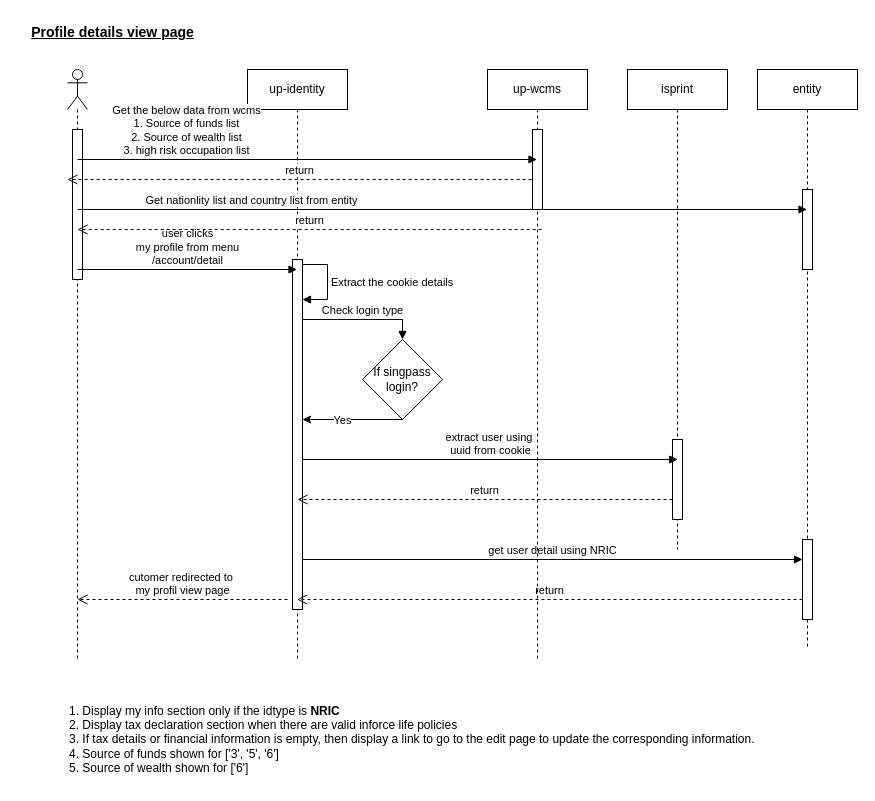
ajeeshraj56/drawio keeps this draw.io diagram as page "My profile view page" (1 of 2) of MyProfile.drawio. Above is the earlier version. Source tidied: cells renumbered, new cells numbered last; positions are measured from the earlier drawing's top-left corner, leaving out a move shared by most shapes. Both pictures are drawn from the tidied source at 100%, with x=0, y=0 at pixel (17, 17).
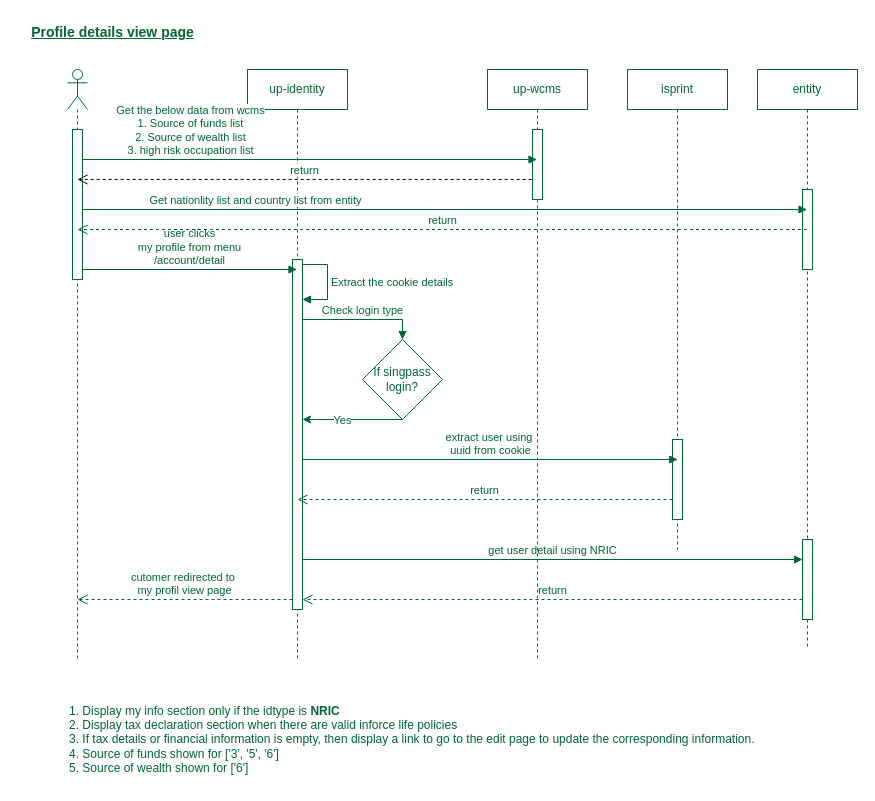
Above is the later version.

Change to the diagram source:
```diff
@@
-    <mxCell id="2" style="shape=umlLifeline;perimeter=lifelinePerimeter;whiteSpace=wrap;html=1;newEdgeStyle={&quot;curved&quot;:0,&quot;rounded&quot;:0};participant=umlActor;" parent="1" vertex="1">
+    <mxCell id="2" style="shape=umlLifeline;perimeter=lifelinePerimeter;whiteSpace=wrap;html=1;newEdgeStyle={&quot;curved&quot;:0,&quot;rounded&quot;:0};participant=umlActor;fontColor=#006633;strokeColor=#006633;" parent="1" vertex="1">
       <mxGeometry x="50" y="52" width="20" height="590" as="geometry" />
     </mxCell>
-    <mxCell id="3" style="html=1;points=[[0,0,0,0,5],[0,1,0,0,-5],[1,0,0,0,5],[1,1,0,0,-5]];perimeter=orthogonalPerimeter;outlineConnect=0;targetShapes=umlLifeline;portConstraint=eastwest;newEdgeStyle={&quot;curved&quot;:0,&quot;rounded&quot;:0};" parent="2" vertex="1">
+    <mxCell id="3" style="html=1;points=[[0,0,0,0,5],[0,1,0,0,-5],[1,0,0,0,5],[1,1,0,0,-5]];perimeter=orthogonalPerimeter;outlineConnect=0;targetShapes=umlLifeline;portConstraint=eastwest;newEdgeStyle={&quot;curved&quot;:0,&quot;rounded&quot;:0};fontColor=#006633;strokeColor=#006633;" parent="2" vertex="1">
       <mxGeometry x="5" y="60" width="10" height="150" as="geometry" />
     </mxCell>
-    <mxCell id="4" value="&lt;font style=&quot;font-size: 14px;&quot;&gt;&lt;b&gt;&lt;u&gt;Profile details view page&lt;/u&gt;&lt;/b&gt;&lt;/font&gt;" style="text;html=1;align=center;verticalAlign=middle;strokeColor=none;fillColor=none;" parent="1" vertex="1">
+    <mxCell id="4" value="&lt;font style=&quot;font-size: 14px;&quot;&gt;&lt;b&gt;&lt;u&gt;Profile details view page&lt;/u&gt;&lt;/b&gt;&lt;/font&gt;" style="text;html=1;align=center;verticalAlign=middle;strokeColor=none;fillColor=none;fontColor=#006633;" parent="1" vertex="1">
       <mxGeometry width="190" height="30" as="geometry" />
     </mxCell>
-    <mxCell id="5" value="up-identity" style="shape=umlLifeline;perimeter=lifelinePerimeter;whiteSpace=wrap;html=1;newEdgeStyle={&quot;curved&quot;:0,&quot;rounded&quot;:0};" parent="1" vertex="1">
+    <mxCell id="5" value="up-identity" style="shape=umlLifeline;perimeter=lifelinePerimeter;whiteSpace=wrap;html=1;newEdgeStyle={&quot;curved&quot;:0,&quot;rounded&quot;:0};fontColor=#006633;strokeColor=#006633;" parent="1" vertex="1">
       <mxGeometry x="230" y="52" width="100" height="590" as="geometry" />
     </mxCell>
-    <mxCell id="6" style="html=1;points=[[0,0,0,0,5],[0,1,0,0,-5],[1,0,0,0,5],[1,1,0,0,-5]];perimeter=orthogonalPerimeter;outlineConnect=0;targetShapes=umlLifeline;portConstraint=eastwest;newEdgeStyle={&quot;curved&quot;:0,&quot;rounded&quot;:0};" parent="5" vertex="1">
+    <mxCell id="6" style="html=1;points=[[0,0,0,0,5],[0,1,0,0,-5],[1,0,0,0,5],[1,1,0,0,-5]];perimeter=orthogonalPerimeter;outlineConnect=0;targetShapes=umlLifeline;portConstraint=eastwest;newEdgeStyle={&quot;curved&quot;:0,&quot;rounded&quot;:0};fontColor=#006633;strokeColor=#006633;" parent="5" vertex="1">
       <mxGeometry x="45" y="190" width="10" height="350" as="geometry" />
     </mxCell>
-    <mxCell id="7" value="entity" style="shape=umlLifeline;perimeter=lifelinePerimeter;whiteSpace=wrap;html=1;outlineConnect=0;portConstraint=eastwest;newEdgeStyle={&quot;curved&quot;:0,&quot;rounded&quot;:0};" parent="1" vertex="1">
+    <mxCell id="7" value="entity" style="shape=umlLifeline;perimeter=lifelinePerimeter;whiteSpace=wrap;html=1;outlineConnect=0;portConstraint=eastwest;newEdgeStyle={&quot;curved&quot;:0,&quot;rounded&quot;:0};fontColor=#006633;strokeColor=#006633;" parent="1" vertex="1">
       <mxGeometry x="740" y="52" width="100" height="580" as="geometry" />
     </mxCell>
-    <mxCell id="8" style="html=1;points=[[0,0,0,0,5],[0,1,0,0,-5],[1,0,0,0,5],[1,1,0,0,-5]];perimeter=orthogonalPerimeter;outlineConnect=0;targetShapes=umlLifeline;portConstraint=eastwest;newEdgeStyle={&quot;curved&quot;:0,&quot;rounded&quot;:0};" parent="7" vertex="1">
+    <mxCell id="8" style="html=1;points=[[0,0,0,0,5],[0,1,0,0,-5],[1,0,0,0,5],[1,1,0,0,-5]];perimeter=orthogonalPerimeter;outlineConnect=0;targetShapes=umlLifeline;portConstraint=eastwest;newEdgeStyle={&quot;curved&quot;:0,&quot;rounded&quot;:0};fontColor=#006633;strokeColor=#006633;" parent="7" vertex="1">
       <mxGeometry x="45" y="470" width="10" height="80" as="geometry" />
     </mxCell>
-    <mxCell id="9" style="html=1;perimeter=orthogonalPerimeter;targetShapes=umlLifeline;newEdgeStyle={&quot;curved&quot;:0,&quot;rounded&quot;:0};" parent="7" vertex="1">
+    <mxCell id="9" style="html=1;perimeter=orthogonalPerimeter;targetShapes=umlLifeline;newEdgeStyle={&quot;curved&quot;:0,&quot;rounded&quot;:0};fontColor=#006633;strokeColor=#006633;" parent="7" vertex="1">
       <mxGeometry x="45" y="120" width="10" height="80" as="geometry" />
     </mxCell>
-    <mxCell id="10" value="user clicks&lt;br&gt;my profile from menu&lt;br&gt;/account/detail" style="html=1;verticalAlign=bottom;endArrow=block;curved=0;rounded=0;" parent="1" edge="1">
+    <mxCell id="10" value="user clicks&lt;br&gt;my profile from menu&lt;br&gt;/account/detail" style="html=1;verticalAlign=bottom;endArrow=block;curved=0;rounded=0;fontColor=#006633;strokeColor=#006633;" parent="1" edge="1" source="3">
       <mxGeometry relative="1" as="geometry">
-        <mxPoint x="60" y="252" as="sourcePoint" />
         <mxPoint x="279.5" y="252" as="targetPoint" />
       </mxGeometry>
     </mxCell>
-    <mxCell id="11" value="isprint" style="shape=umlLifeline;perimeter=lifelinePerimeter;whiteSpace=wrap;html=1;newEdgeStyle={&quot;curved&quot;:0,&quot;rounded&quot;:0};" parent="1" vertex="1">
+    <mxCell id="11" value="isprint" style="shape=umlLifeline;perimeter=lifelinePerimeter;whiteSpace=wrap;html=1;newEdgeStyle={&quot;curved&quot;:0,&quot;rounded&quot;:0};fontColor=#006633;strokeColor=#006633;" parent="1" vertex="1">
       <mxGeometry x="610" y="52" width="100" height="480" as="geometry" />
     </mxCell>
-    <mxCell id="12" style="html=1;points=[[0,0,0,0,5],[0,1,0,0,-5],[1,0,0,0,5],[1,1,0,0,-5]];perimeter=orthogonalPerimeter;outlineConnect=0;targetShapes=umlLifeline;portConstraint=eastwest;newEdgeStyle={&quot;curved&quot;:0,&quot;rounded&quot;:0};" parent="11" vertex="1">
+    <mxCell id="12" style="html=1;points=[[0,0,0,0,5],[0,1,0,0,-5],[1,0,0,0,5],[1,1,0,0,-5]];perimeter=orthogonalPerimeter;outlineConnect=0;targetShapes=umlLifeline;portConstraint=eastwest;newEdgeStyle={&quot;curved&quot;:0,&quot;rounded&quot;:0};fontColor=#006633;strokeColor=#006633;" parent="11" vertex="1">
       <mxGeometry x="45" y="370" width="10" height="80" as="geometry" />
     </mxCell>
-    <mxCell id="13" value="Extract the cookie details" style="html=1;align=left;spacingLeft=2;endArrow=block;rounded=0;edgeStyle=orthogonalEdgeStyle;curved=0;rounded=0;exitX=1;exitY=0;exitDx=0;exitDy=5;exitPerimeter=0;" parent="1" edge="1" source="6">
+    <mxCell id="13" value="Extract the cookie details" style="html=1;align=left;spacingLeft=2;endArrow=block;rounded=0;edgeStyle=orthogonalEdgeStyle;curved=0;rounded=0;exitX=1;exitY=0;exitDx=0;exitDy=5;exitPerimeter=0;fontColor=#006633;strokeColor=#006633;" parent="1" edge="1" source="6">
       <mxGeometry relative="1" as="geometry">
         <mxPoint x="285" y="282" as="targetPoint" />
         <Array as="points">
           <mxPoint x="310" y="247" />
           <mxPoint x="310" y="282" />
         </Array>
       </mxGeometry>
     </mxCell>
-    <mxCell id="14" style="rounded=0;jettySize=auto;html=1;exitX=0.5;exitY=1;exitDx=0;exitDy=0;" parent="1" edge="1" source="16" target="6">
+    <mxCell id="14" style="rounded=0;jettySize=auto;html=1;exitX=0.5;exitY=1;exitDx=0;exitDy=0;fontColor=#006633;strokeColor=#006633;" parent="1" edge="1" source="16" target="6">
       <mxGeometry relative="1" as="geometry">
         <Array as="points">
           <mxPoint x="300" y="402" />
         </Array>
       </mxGeometry>
     </mxCell>
-    <mxCell id="15" value="Yes" style="edgeLabel;html=1;align=center;verticalAlign=middle;" parent="14" vertex="1">
+    <mxCell id="15" value="Yes" style="edgeLabel;html=1;align=center;verticalAlign=middle;fontColor=#006633;" parent="14" vertex="1">
       <mxGeometry x="0.22" relative="1" as="geometry" />
     </mxCell>
-    <mxCell id="16" value="If singpass&lt;br&gt;login?" style="rhombus;whiteSpace=wrap;html=1;" parent="1" vertex="1">
+    <mxCell id="16" value="If singpass&lt;br&gt;login?" style="rhombus;whiteSpace=wrap;html=1;fontColor=#006633;strokeColor=#006633;" parent="1" vertex="1">
       <mxGeometry x="345" y="322" width="80" height="80" as="geometry" />
     </mxCell>
-    <mxCell id="17" value="Check login type" style="html=1;verticalAlign=bottom;endArrow=block;rounded=0;entryX=0.5;entryY=0;entryDx=0;entryDy=0;edgeStyle=orthogonalEdgeStyle;" parent="1" edge="1" source="6" target="16">
+    <mxCell id="17" value="Check login type" style="html=1;verticalAlign=bottom;endArrow=block;rounded=0;entryX=0.5;entryY=0;entryDx=0;entryDy=0;edgeStyle=orthogonalEdgeStyle;fontColor=#006633;strokeColor=#006633;" parent="1" edge="1" source="6" target="16">
       <mxGeometry relative="1" as="geometry">
         <Array as="points">
           <mxPoint x="385" y="302" />
         </Array>
       </mxGeometry>
     </mxCell>
-    <mxCell id="18" value="extract user using&amp;nbsp;&lt;br&gt;uuid from cookie" style="html=1;verticalAlign=bottom;endArrow=block;curved=0;rounded=0;entryX=0.502;entryY=0.861;entryDx=0;entryDy=0;entryPerimeter=0;" parent="1" edge="1">
+    <mxCell id="18" value="extract user using&amp;nbsp;&lt;br&gt;uuid from cookie" style="html=1;verticalAlign=bottom;endArrow=block;curved=0;rounded=0;entryX=0.502;entryY=0.861;entryDx=0;entryDy=0;entryPerimeter=0;fontColor=#006633;strokeColor=#006633;" parent="1" edge="1">
       <mxGeometry relative="1" as="geometry">
         <mxPoint x="285" y="442" as="sourcePoint" />
         <mxPoint x="660.2" y="442" as="targetPoint" />
       </mxGeometry>
     </mxCell>
-    <mxCell id="19" value="return" style="html=1;verticalAlign=bottom;endArrow=open;dashed=1;endSize=8;curved=0;rounded=0;" parent="1" edge="1" source="12">
+    <mxCell id="19" value="return" style="html=1;verticalAlign=bottom;endArrow=open;dashed=1;endSize=8;curved=0;rounded=0;fontColor=#006633;strokeColor=#006633;" parent="1" edge="1" source="12">
       <mxGeometry relative="1" as="geometry">
         <mxPoint x="280" y="482" as="targetPoint" />
       </mxGeometry>
     </mxCell>
-    <mxCell id="20" value="get user detail using NRIC" style="html=1;verticalAlign=bottom;endArrow=block;curved=0;rounded=0;" parent="1" edge="1" target="8">
+    <mxCell id="20" value="get user detail using NRIC" style="html=1;verticalAlign=bottom;endArrow=block;curved=0;rounded=0;fontColor=#006633;strokeColor=#006633;" parent="1" edge="1" target="8">
       <mxGeometry relative="1" as="geometry">
         <mxPoint x="285" y="542" as="sourcePoint" />
       </mxGeometry>
     </mxCell>
-    <mxCell id="21" value="return" style="html=1;verticalAlign=bottom;endArrow=open;dashed=1;endSize=8;curved=0;rounded=0;" parent="1" edge="1" source="8">
+    <mxCell id="21" value="return" style="html=1;verticalAlign=bottom;endArrow=open;dashed=1;endSize=8;curved=0;rounded=0;fontColor=#006633;strokeColor=#006633;" parent="1" edge="1">
       <mxGeometry relative="1" as="geometry">
-        <mxPoint x="279.5" y="582" as="targetPoint" />
+        <mxPoint x="785" y="582" as="sourcePoint" />
+        <mxPoint x="285" y="582" as="targetPoint" />
       </mxGeometry>
     </mxCell>
-    <mxCell id="22" value="cutomer redirected to&amp;nbsp;&lt;br&gt;my profil view page" style="html=1;verticalAlign=bottom;endArrow=open;dashed=1;endSize=8;curved=0;rounded=0;" parent="1" edge="1">
+    <mxCell id="22" value="cutomer redirected to&amp;nbsp;&lt;br&gt;my profil view page" style="html=1;verticalAlign=bottom;endArrow=open;dashed=1;endSize=8;curved=0;rounded=0;fontColor=#006633;strokeColor=#006633;" parent="1" edge="1" source="6">
       <mxGeometry relative="1" as="geometry">
-        <mxPoint x="270" y="582" as="sourcePoint" />
         <mxPoint x="60" y="582" as="targetPoint" />
       </mxGeometry>
     </mxCell>
-    <mxCell id="23" value="1. Display my info section only if the idtype is &lt;b&gt;NRIC&lt;/b&gt;&lt;br&gt;2. Display tax declaration section when there are valid inforce life policies&lt;br&gt;3. If tax details or financial information is empty, then display a link to go to the edit page to update the corresponding information.&lt;br&gt;4. Source of funds shown for&amp;nbsp;['3', '5', '6']&lt;br&gt;5. Source of wealth shown for&amp;nbsp;['6']" style="text;html=1;align=left;verticalAlign=middle;strokeColor=none;fillColor=none;" parent="1" vertex="1">
+    <mxCell id="23" value="1. Display my info section only if the idtype is &lt;b&gt;NRIC&lt;/b&gt;&lt;br&gt;2. Display tax declaration section when there are valid inforce life policies&lt;br&gt;3. If tax details or financial information is empty, then display a link to go to the edit page to update the corresponding information.&lt;br&gt;4. Source of funds shown for&amp;nbsp;['3', '5', '6']&lt;br&gt;5. Source of wealth shown for&amp;nbsp;['6']" style="text;html=1;align=left;verticalAlign=middle;strokeColor=none;fillColor=none;fontColor=#006633;" parent="1" vertex="1">
       <mxGeometry x="50" y="677" width="710" height="90" as="geometry" />
     </mxCell>
-    <mxCell id="24" value="up-wcms" style="shape=umlLifeline;perimeter=lifelinePerimeter;whiteSpace=wrap;html=1;newEdgeStyle={&quot;curved&quot;:0,&quot;rounded&quot;:0};" parent="1" vertex="1">
+    <mxCell id="24" value="up-wcms" style="shape=umlLifeline;perimeter=lifelinePerimeter;whiteSpace=wrap;html=1;newEdgeStyle={&quot;curved&quot;:0,&quot;rounded&quot;:0};fontColor=#006633;strokeColor=#006633;" parent="1" vertex="1">
       <mxGeometry x="470" y="52" width="100" height="590" as="geometry" />
     </mxCell>
-    <mxCell id="25" style="html=1;perimeter=orthogonalPerimeter;targetShapes=umlLifeline;newEdgeStyle={&quot;curved&quot;:0,&quot;rounded&quot;:0};" parent="24" vertex="1">
-      <mxGeometry x="45" y="60" width="10" height="80" as="geometry" />
+    <mxCell id="25" style="html=1;perimeter=orthogonalPerimeter;targetShapes=umlLifeline;newEdgeStyle={&quot;curved&quot;:0,&quot;rounded&quot;:0};fontColor=#006633;strokeColor=#006633;" parent="24" vertex="1">
+      <mxGeometry x="45" y="60" width="10" height="70" as="geometry" />
     </mxCell>
-    <mxCell id="26" value="Get the below data from wcms&lt;br&gt;1. Source of funds list&lt;br&gt;2. Source of wealth list&lt;br&gt;3. high risk occupation list&lt;br&gt;" style="html=1;verticalAlign=bottom;endArrow=block;curved=0;rounded=0;" parent="1" edge="1">
+    <mxCell id="26" value="Get the below data from wcms&lt;br&gt;1. Source of funds list&lt;br&gt;2. Source of wealth list&lt;br&gt;3. high risk occupation list&lt;br&gt;" style="html=1;verticalAlign=bottom;endArrow=block;curved=0;rounded=0;fontColor=#006633;strokeColor=#006633;" parent="1" edge="1" source="3">
       <mxGeometry x="-0.52" relative="1" as="geometry">
-        <mxPoint x="60" y="142" as="sourcePoint" />
         <mxPoint x="519.5" y="142" as="targetPoint" />
         <mxPoint x="-1" as="offset" />
       </mxGeometry>
     </mxCell>
-    <mxCell id="27" value="return" style="html=1;verticalAlign=bottom;endArrow=open;dashed=1;endSize=8;rounded=0;entryX=0.028;entryY=0.512;entryDx=0;entryDy=0;entryPerimeter=0;" parent="1" edge="1">
+    <mxCell id="27" value="return" style="html=1;verticalAlign=bottom;endArrow=open;dashed=1;endSize=8;rounded=0;fontColor=#006633;entryX=0.5;entryY=0.333;entryDx=0;entryDy=0;entryPerimeter=0;" parent="1" edge="1" target="3">
       <mxGeometry relative="1" as="geometry">
         <mxPoint x="514.2" y="162" as="sourcePoint" />
-        <mxPoint x="50" y="162" as="targetPoint" />
       </mxGeometry>
     </mxCell>
-    <mxCell id="28" value="Get nationlity list and country list from entity" style="html=1;verticalAlign=bottom;endArrow=block;curved=0;rounded=0;" parent="1" edge="1">
+    <mxCell id="28" value="Get nationlity list and country list from entity" style="html=1;verticalAlign=bottom;endArrow=block;curved=0;rounded=0;fontColor=#006633;strokeColor=#006633;" parent="1" edge="1" source="3">
       <mxGeometry x="-0.52" relative="1" as="geometry">
-        <mxPoint x="60" y="192" as="sourcePoint" />
         <mxPoint x="789.5" y="192" as="targetPoint" />
         <mxPoint x="-1" as="offset" />
       </mxGeometry>
     </mxCell>
-    <mxCell id="29" value="return" style="html=1;verticalAlign=bottom;endArrow=open;dashed=1;endSize=8;rounded=0;entryX=0.028;entryY=0.512;entryDx=0;entryDy=0;entryPerimeter=0;" parent="1" edge="1">
+    <mxCell id="29" value="return" style="html=1;verticalAlign=bottom;endArrow=open;dashed=1;endSize=8;rounded=0;entryX=0.028;entryY=0.512;entryDx=0;entryDy=0;entryPerimeter=0;fontColor=#006633;strokeColor=#006633;" parent="1" edge="1" source="7">
       <mxGeometry relative="1" as="geometry">
-        <mxPoint x="524.2" y="212" as="sourcePoint" />
         <mxPoint x="60" y="212" as="targetPoint" />
       </mxGeometry>
     </mxCell>
```
